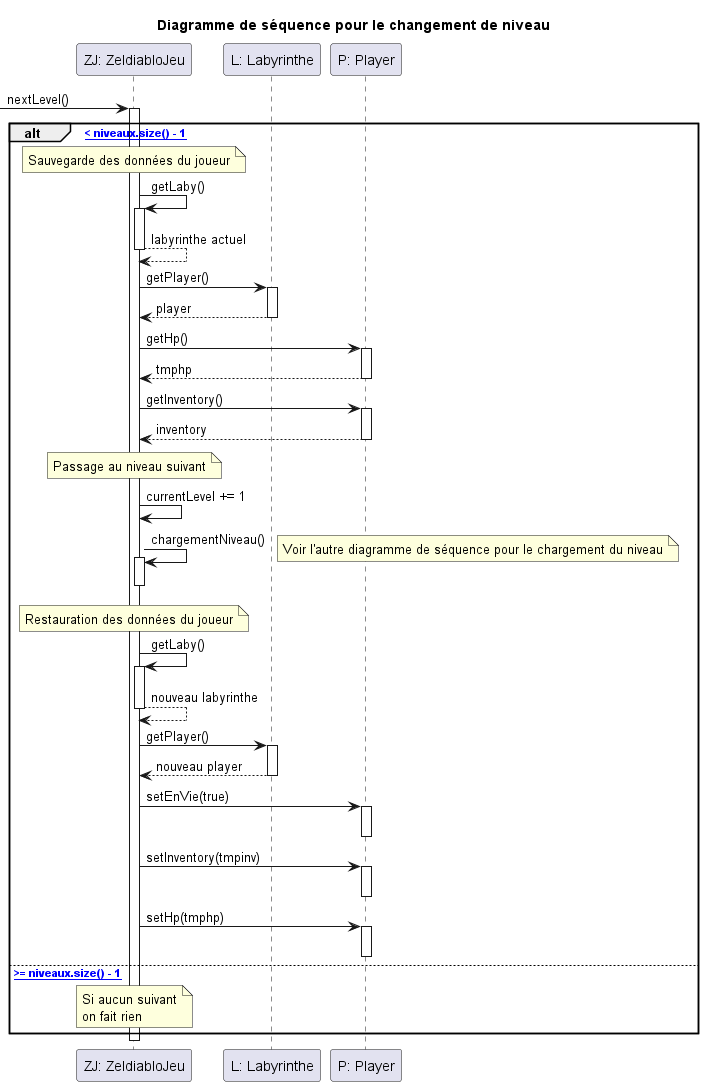
The PlantUML diagram zeldiablo/documents/iteration-3/diagrammes/niveau-suivant/diagramme-sequence-nextLevel.png in zonetecde/BUT_S2_2025_Zeldiablo_e22359u_e82916u_e77582u_e85474u, before a commit.
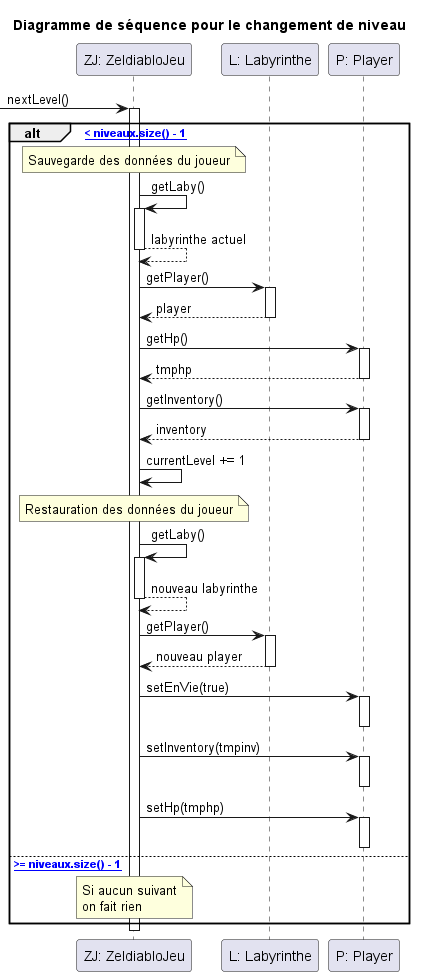
Later version of the same file.

Commit message:
correction d'un diagramme

Change to the diagram source:
```diff
@@ -32,13 +32,8 @@
     Player --> Jeu : inventory
     deactivate Player
 
-    note over Jeu : Passage au niveau suivant
     Jeu -> Jeu : currentLevel += 1
 
-    Jeu -> Jeu : chargementNiveau()
-    activate Jeu
-    note right : Voir l'autre diagramme de séquence pour le chargement du niveau
-    deactivate Jeu
 
     note over Jeu : Restauration des données du joueur
 
```
